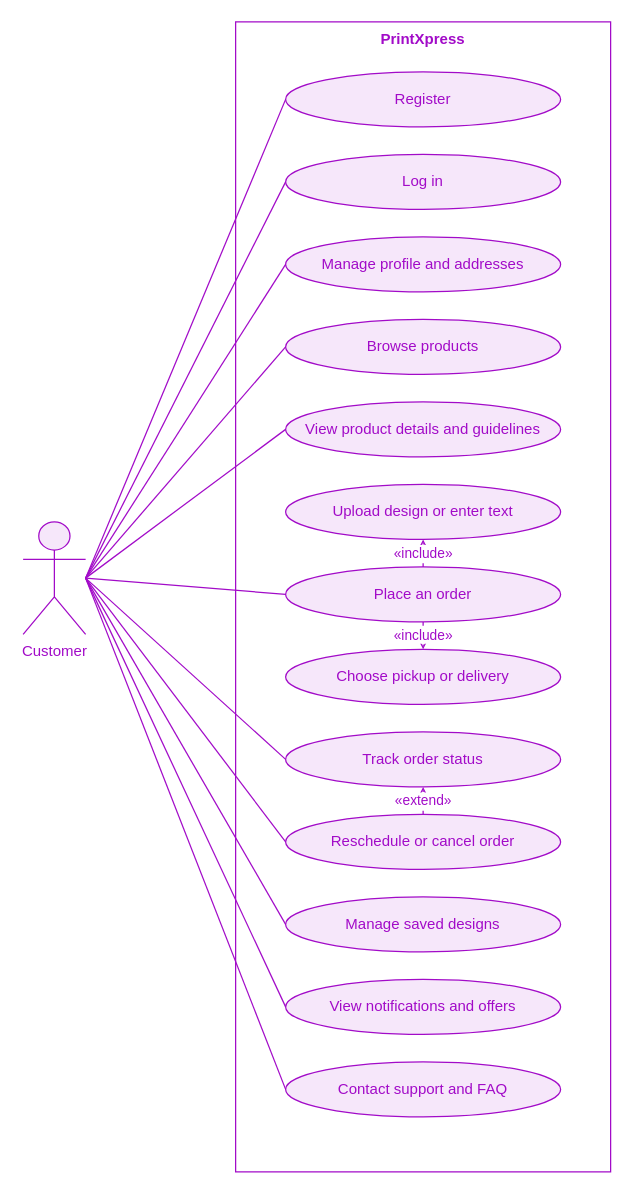
Before: docs/diagrams/01-use-case.drawio in TharushiHiranya/PrintXpress, a draw.io diagram. Source tidied: cells renumbered, new cells numbered last; positions are measured from the earlier drawing's top-left corner, leaving out a move shared by most shapes. Both pictures are drawn from the tidied source at 125%, with x=0, y=0 at pixel (22, 21).
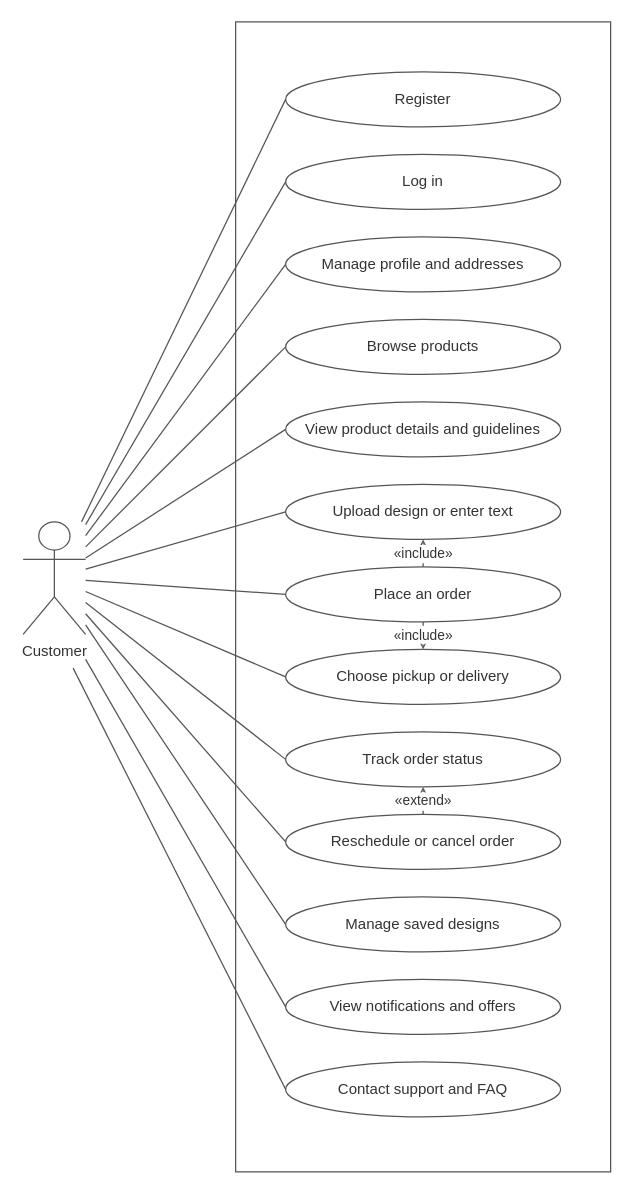
Above is the later version.

Diff of the diagram source:
```diff
@@
-    <mxCell id="2" value="PrintXpress" style="rounded=0;whiteSpace=wrap;html=1;fillColor=none;strokeColor=#A20BC8;fontColor=#A20BC8;verticalAlign=top;fontStyle=1;" parent="1" vertex="1">
+    <mxCell id="2" style="rounded=0;whiteSpace=wrap;html=1;fillColor=none;strokeColor=#555555;fontColor=#333333;verticalAlign=top;fontStyle=1;" parent="1" vertex="1">
       <mxGeometry x="170" width="300" height="920" as="geometry" />
     </mxCell>
-    <mxCell id="3" value="Customer" style="shape=umlActor;verticalLabelPosition=bottom;verticalAlign=top;html=1;outlineConnect=0;fillColor=#F6E7FA;strokeColor=#A20BC8;fontColor=#A20BC8;" parent="1" vertex="1">
+    <mxCell id="3" value="Customer" style="shape=umlActor;verticalLabelPosition=bottom;verticalAlign=top;html=1;outlineConnect=0;fillColor=#FFFFFF;strokeColor=#555555;fontColor=#333333;" parent="1" vertex="1">
       <mxGeometry y="400" width="50" height="90" as="geometry" />
     </mxCell>
-    <mxCell id="4" value="Register" style="ellipse;whiteSpace=wrap;html=1;fillColor=#F6E7FA;strokeColor=#A20BC8;fontColor=#A20BC8;" parent="1" vertex="1">
+    <mxCell id="4" value="Register" style="ellipse;whiteSpace=wrap;html=1;fillColor=#FFFFFF;strokeColor=#555555;fontColor=#333333;" parent="1" vertex="1">
       <mxGeometry x="210" y="40" width="220" height="44" as="geometry" />
     </mxCell>
-    <mxCell id="5" value="Log in" style="ellipse;whiteSpace=wrap;html=1;fillColor=#F6E7FA;strokeColor=#A20BC8;fontColor=#A20BC8;" parent="1" vertex="1">
+    <mxCell id="5" value="Log in" style="ellipse;whiteSpace=wrap;html=1;fillColor=#FFFFFF;strokeColor=#555555;fontColor=#333333;" parent="1" vertex="1">
       <mxGeometry x="210" y="106" width="220" height="44" as="geometry" />
     </mxCell>
-    <mxCell id="6" value="Manage profile and addresses" style="ellipse;whiteSpace=wrap;html=1;fillColor=#F6E7FA;strokeColor=#A20BC8;fontColor=#A20BC8;" parent="1" vertex="1">
+    <mxCell id="6" value="Manage profile and addresses" style="ellipse;whiteSpace=wrap;html=1;fillColor=#FFFFFF;strokeColor=#555555;fontColor=#333333;" parent="1" vertex="1">
       <mxGeometry x="210" y="172" width="220" height="44" as="geometry" />
     </mxCell>
-    <mxCell id="7" value="Browse products" style="ellipse;whiteSpace=wrap;html=1;fillColor=#F6E7FA;strokeColor=#A20BC8;fontColor=#A20BC8;" parent="1" vertex="1">
+    <mxCell id="7" value="Browse products" style="ellipse;whiteSpace=wrap;html=1;fillColor=#FFFFFF;strokeColor=#555555;fontColor=#333333;" parent="1" vertex="1">
       <mxGeometry x="210" y="238" width="220" height="44" as="geometry" />
     </mxCell>
-    <mxCell id="8" value="View product details and guidelines" style="ellipse;whiteSpace=wrap;html=1;fillColor=#F6E7FA;strokeColor=#A20BC8;fontColor=#A20BC8;" parent="1" vertex="1">
+    <mxCell id="8" value="View product details and guidelines" style="ellipse;whiteSpace=wrap;html=1;fillColor=#FFFFFF;strokeColor=#555555;fontColor=#333333;" parent="1" vertex="1">
       <mxGeometry x="210" y="304" width="220" height="44" as="geometry" />
     </mxCell>
-    <mxCell id="9" value="Upload design or enter text" style="ellipse;whiteSpace=wrap;html=1;fillColor=#F6E7FA;strokeColor=#A20BC8;fontColor=#A20BC8;" parent="1" vertex="1">
+    <mxCell id="9" value="Upload design or enter text" style="ellipse;whiteSpace=wrap;html=1;fillColor=#FFFFFF;strokeColor=#555555;fontColor=#333333;" parent="1" vertex="1">
       <mxGeometry x="210" y="370" width="220" height="44" as="geometry" />
     </mxCell>
-    <mxCell id="10" value="Place an order" style="ellipse;whiteSpace=wrap;html=1;fillColor=#F6E7FA;strokeColor=#A20BC8;fontColor=#A20BC8;" parent="1" vertex="1">
+    <mxCell id="10" value="Place an order" style="ellipse;whiteSpace=wrap;html=1;fillColor=#FFFFFF;strokeColor=#555555;fontColor=#333333;" parent="1" vertex="1">
       <mxGeometry x="210" y="436" width="220" height="44" as="geometry" />
     </mxCell>
-    <mxCell id="11" value="Choose pickup or delivery" style="ellipse;whiteSpace=wrap;html=1;fillColor=#F6E7FA;strokeColor=#A20BC8;fontColor=#A20BC8;" parent="1" vertex="1">
+    <mxCell id="11" value="Choose pickup or delivery" style="ellipse;whiteSpace=wrap;html=1;fillColor=#FFFFFF;strokeColor=#555555;fontColor=#333333;" parent="1" vertex="1">
       <mxGeometry x="210" y="502" width="220" height="44" as="geometry" />
     </mxCell>
-    <mxCell id="12" value="Track order status" style="ellipse;whiteSpace=wrap;html=1;fillColor=#F6E7FA;strokeColor=#A20BC8;fontColor=#A20BC8;" parent="1" vertex="1">
+    <mxCell id="12" value="Track order status" style="ellipse;whiteSpace=wrap;html=1;fillColor=#FFFFFF;strokeColor=#555555;fontColor=#333333;" parent="1" vertex="1">
       <mxGeometry x="210" y="568" width="220" height="44" as="geometry" />
     </mxCell>
-    <mxCell id="13" value="Reschedule or cancel order" style="ellipse;whiteSpace=wrap;html=1;fillColor=#F6E7FA;strokeColor=#A20BC8;fontColor=#A20BC8;" parent="1" vertex="1">
+    <mxCell id="13" value="Reschedule or cancel order" style="ellipse;whiteSpace=wrap;html=1;fillColor=#FFFFFF;strokeColor=#555555;fontColor=#333333;" parent="1" vertex="1">
       <mxGeometry x="210" y="634" width="220" height="44" as="geometry" />
     </mxCell>
-    <mxCell id="14" value="Manage saved designs" style="ellipse;whiteSpace=wrap;html=1;fillColor=#F6E7FA;strokeColor=#A20BC8;fontColor=#A20BC8;" parent="1" vertex="1">
+    <mxCell id="14" value="Manage saved designs" style="ellipse;whiteSpace=wrap;html=1;fillColor=#FFFFFF;strokeColor=#555555;fontColor=#333333;" parent="1" vertex="1">
       <mxGeometry x="210" y="700" width="220" height="44" as="geometry" />
     </mxCell>
-    <mxCell id="15" value="View notifications and offers" style="ellipse;whiteSpace=wrap;html=1;fillColor=#F6E7FA;strokeColor=#A20BC8;fontColor=#A20BC8;" parent="1" vertex="1">
+    <mxCell id="15" value="View notifications and offers" style="ellipse;whiteSpace=wrap;html=1;fillColor=#FFFFFF;strokeColor=#555555;fontColor=#333333;" parent="1" vertex="1">
       <mxGeometry x="210" y="766" width="220" height="44" as="geometry" />
     </mxCell>
-    <mxCell id="16" value="Contact support and FAQ" style="ellipse;whiteSpace=wrap;html=1;fillColor=#F6E7FA;strokeColor=#A20BC8;fontColor=#A20BC8;" parent="1" vertex="1">
+    <mxCell id="16" value="Contact support and FAQ" style="ellipse;whiteSpace=wrap;html=1;fillColor=#FFFFFF;strokeColor=#555555;fontColor=#333333;" parent="1" vertex="1">
       <mxGeometry x="210" y="832" width="220" height="44" as="geometry" />
     </mxCell>
-    <mxCell id="17" style="edgeStyle=none;rounded=0;html=1;strokeColor=#A20BC8;fontColor=#A20BC8;endArrow=none;exitX=1;exitY=0.5;exitDx=0;exitDy=0;entryX=0;entryY=0.5;entryDx=0;entryDy=0;" parent="1" edge="1" source="3" target="4">
+    <mxCell id="17" style="rounded=0;html=1;strokeColor=#555555;fontColor=#333333;endArrow=none;entryX=0;entryY=0.5;entryDx=0;entryDy=0;" parent="1" edge="1" source="3" target="4">
       <mxGeometry relative="1" as="geometry" />
     </mxCell>
-    <mxCell id="18" style="edgeStyle=none;rounded=0;html=1;strokeColor=#A20BC8;fontColor=#A20BC8;endArrow=none;exitX=1;exitY=0.5;exitDx=0;exitDy=0;entryX=0;entryY=0.5;entryDx=0;entryDy=0;" parent="1" edge="1" source="3" target="5">
+    <mxCell id="18" style="rounded=0;html=1;strokeColor=#555555;fontColor=#333333;endArrow=none;entryX=0;entryY=0.5;entryDx=0;entryDy=0;" parent="1" edge="1" source="3" target="5">
       <mxGeometry relative="1" as="geometry" />
     </mxCell>
-    <mxCell id="19" style="edgeStyle=none;rounded=0;html=1;strokeColor=#A20BC8;fontColor=#A20BC8;endArrow=none;exitX=1;exitY=0.5;exitDx=0;exitDy=0;entryX=0;entryY=0.5;entryDx=0;entryDy=0;" parent="1" edge="1" source="3" target="6">
+    <mxCell id="19" style="rounded=0;html=1;strokeColor=#555555;fontColor=#333333;endArrow=none;entryX=0;entryY=0.5;entryDx=0;entryDy=0;" parent="1" edge="1" source="3" target="6">
       <mxGeometry relative="1" as="geometry" />
     </mxCell>
-    <mxCell id="20" style="edgeStyle=none;rounded=0;html=1;strokeColor=#A20BC8;fontColor=#A20BC8;endArrow=none;exitX=1;exitY=0.5;exitDx=0;exitDy=0;entryX=0;entryY=0.5;entryDx=0;entryDy=0;" parent="1" edge="1" source="3" target="7">
+    <mxCell id="20" style="rounded=0;html=1;strokeColor=#555555;fontColor=#333333;endArrow=none;entryX=0;entryY=0.5;entryDx=0;entryDy=0;" parent="1" edge="1" source="3" target="7">
       <mxGeometry relative="1" as="geometry" />
     </mxCell>
-    <mxCell id="21" style="edgeStyle=none;rounded=0;html=1;strokeColor=#A20BC8;fontColor=#A20BC8;endArrow=none;exitX=1;exitY=0.5;exitDx=0;exitDy=0;entryX=0;entryY=0.5;entryDx=0;entryDy=0;" parent="1" edge="1" source="3" target="8">
+    <mxCell id="21" style="rounded=0;html=1;strokeColor=#555555;fontColor=#333333;endArrow=none;entryX=0;entryY=0.5;entryDx=0;entryDy=0;" parent="1" edge="1" source="3" target="8">
       <mxGeometry relative="1" as="geometry" />
     </mxCell>
-    <mxCell id="22" style="edgeStyle=none;rounded=0;html=1;strokeColor=#A20BC8;fontColor=#A20BC8;endArrow=none;exitX=1;exitY=0.5;exitDx=0;exitDy=0;entryX=0;entryY=0.5;entryDx=0;entryDy=0;" parent="1" edge="1" source="3" target="10">
+    <mxCell id="22" style="rounded=0;html=1;strokeColor=#555555;fontColor=#333333;endArrow=none;entryX=0;entryY=0.5;entryDx=0;entryDy=0;" parent="1" edge="1" source="3" target="9">
       <mxGeometry relative="1" as="geometry" />
     </mxCell>
-    <mxCell id="23" style="edgeStyle=none;rounded=0;html=1;strokeColor=#A20BC8;fontColor=#A20BC8;endArrow=none;exitX=1;exitY=0.5;exitDx=0;exitDy=0;entryX=0;entryY=0.5;entryDx=0;entryDy=0;" parent="1" edge="1" source="3" target="12">
+    <mxCell id="23" style="rounded=0;html=1;strokeColor=#555555;fontColor=#333333;endArrow=none;entryX=0;entryY=0.5;entryDx=0;entryDy=0;" parent="1" edge="1" source="3" target="10">
       <mxGeometry relative="1" as="geometry" />
     </mxCell>
-    <mxCell id="24" style="edgeStyle=none;rounded=0;html=1;strokeColor=#A20BC8;fontColor=#A20BC8;endArrow=none;exitX=1;exitY=0.5;exitDx=0;exitDy=0;entryX=0;entryY=0.5;entryDx=0;entryDy=0;" parent="1" edge="1" source="3" target="13">
+    <mxCell id="24" style="rounded=0;html=1;strokeColor=#555555;fontColor=#333333;endArrow=none;entryX=0;entryY=0.5;entryDx=0;entryDy=0;" parent="1" edge="1" source="3" target="11">
       <mxGeometry relative="1" as="geometry" />
     </mxCell>
-    <mxCell id="25" style="edgeStyle=none;rounded=0;html=1;strokeColor=#A20BC8;fontColor=#A20BC8;endArrow=none;exitX=1;exitY=0.5;exitDx=0;exitDy=0;entryX=0;entryY=0.5;entryDx=0;entryDy=0;" parent="1" edge="1" source="3" target="14">
+    <mxCell id="25" style="rounded=0;html=1;strokeColor=#555555;fontColor=#333333;endArrow=none;entryX=0;entryY=0.5;entryDx=0;entryDy=0;" parent="1" edge="1" source="3" target="12">
       <mxGeometry relative="1" as="geometry" />
     </mxCell>
-    <mxCell id="26" style="edgeStyle=none;rounded=0;html=1;strokeColor=#A20BC8;fontColor=#A20BC8;endArrow=none;exitX=1;exitY=0.5;exitDx=0;exitDy=0;entryX=0;entryY=0.5;entryDx=0;entryDy=0;" parent="1" edge="1" source="3" target="15">
+    <mxCell id="26" style="rounded=0;html=1;strokeColor=#555555;fontColor=#333333;endArrow=none;entryX=0;entryY=0.5;entryDx=0;entryDy=0;" parent="1" edge="1" source="3" target="13">
       <mxGeometry relative="1" as="geometry" />
     </mxCell>
-    <mxCell id="27" style="edgeStyle=none;rounded=0;html=1;strokeColor=#A20BC8;fontColor=#A20BC8;endArrow=none;exitX=1;exitY=0.5;exitDx=0;exitDy=0;entryX=0;entryY=0.5;entryDx=0;entryDy=0;" parent="1" edge="1" source="3" target="16">
+    <mxCell id="27" style="rounded=0;html=1;strokeColor=#555555;fontColor=#333333;endArrow=none;entryX=0;entryY=0.5;entryDx=0;entryDy=0;" parent="1" edge="1" source="3" target="14">
       <mxGeometry relative="1" as="geometry" />
     </mxCell>
-    <mxCell id="28" value="«include»" style="edgeStyle=orthogonalEdgeStyle;rounded=0;html=1;strokeColor=#A20BC8;fontColor=#A20BC8;endArrow=open;dashed=1;exitX=0.5;exitY=0;exitDx=0;exitDy=0;entryX=0.5;entryY=1;entryDx=0;entryDy=0;" parent="1" edge="1" source="10" target="9">
+    <mxCell id="28" value="«include»" style="edgeStyle=orthogonalEdgeStyle;rounded=0;html=1;strokeColor=#555555;fontColor=#333333;endArrow=open;dashed=1;exitX=0.5;exitY=0;exitDx=0;exitDy=0;entryX=0.5;entryY=1;entryDx=0;entryDy=0;" parent="1" edge="1" source="10" target="9">
       <mxGeometry relative="1" as="geometry" />
     </mxCell>
-    <mxCell id="29" value="«include»" style="edgeStyle=orthogonalEdgeStyle;rounded=0;html=1;strokeColor=#A20BC8;fontColor=#A20BC8;endArrow=open;dashed=1;exitX=0.5;exitY=1;exitDx=0;exitDy=0;entryX=0.5;entryY=0;entryDx=0;entryDy=0;" parent="1" edge="1" source="10" target="11">
+    <mxCell id="29" value="«include»" style="edgeStyle=orthogonalEdgeStyle;rounded=0;html=1;strokeColor=#555555;fontColor=#333333;endArrow=open;dashed=1;exitX=0.5;exitY=1;exitDx=0;exitDy=0;entryX=0.5;entryY=0;entryDx=0;entryDy=0;" parent="1" edge="1" source="10" target="11">
       <mxGeometry relative="1" as="geometry" />
     </mxCell>
-    <mxCell id="30" value="«extend»" style="edgeStyle=orthogonalEdgeStyle;rounded=0;html=1;strokeColor=#A20BC8;fontColor=#A20BC8;endArrow=open;dashed=1;exitX=0.5;exitY=0;exitDx=0;exitDy=0;entryX=0.5;entryY=1;entryDx=0;entryDy=0;" parent="1" edge="1" source="13" target="12">
+    <mxCell id="30" value="«extend»" style="edgeStyle=orthogonalEdgeStyle;rounded=0;html=1;strokeColor=#555555;fontColor=#333333;endArrow=open;dashed=1;exitX=0.5;exitY=0;exitDx=0;exitDy=0;entryX=0.5;entryY=1;entryDx=0;entryDy=0;" parent="1" edge="1" source="13" target="12">
       <mxGeometry relative="1" as="geometry" />
     </mxCell>
+    <mxCell id="31" style="rounded=0;html=1;strokeColor=#555555;fontColor=#333333;endArrow=none;entryX=0;entryY=0.5;entryDx=0;entryDy=0;" parent="1" edge="1" target="15">
+      <mxGeometry relative="1" as="geometry">
+        <mxPoint x="50" y="510" as="sourcePoint" />
+      </mxGeometry>
+    </mxCell>
+    <mxCell id="32" style="rounded=0;html=1;strokeColor=#555555;fontColor=#333333;endArrow=none;entryX=0;entryY=0.5;entryDx=0;entryDy=0;" parent="1" edge="1" target="16">
+      <mxGeometry relative="1" as="geometry">
+        <mxPoint x="40" y="517" as="sourcePoint" />
+      </mxGeometry>
+    </mxCell>
```
